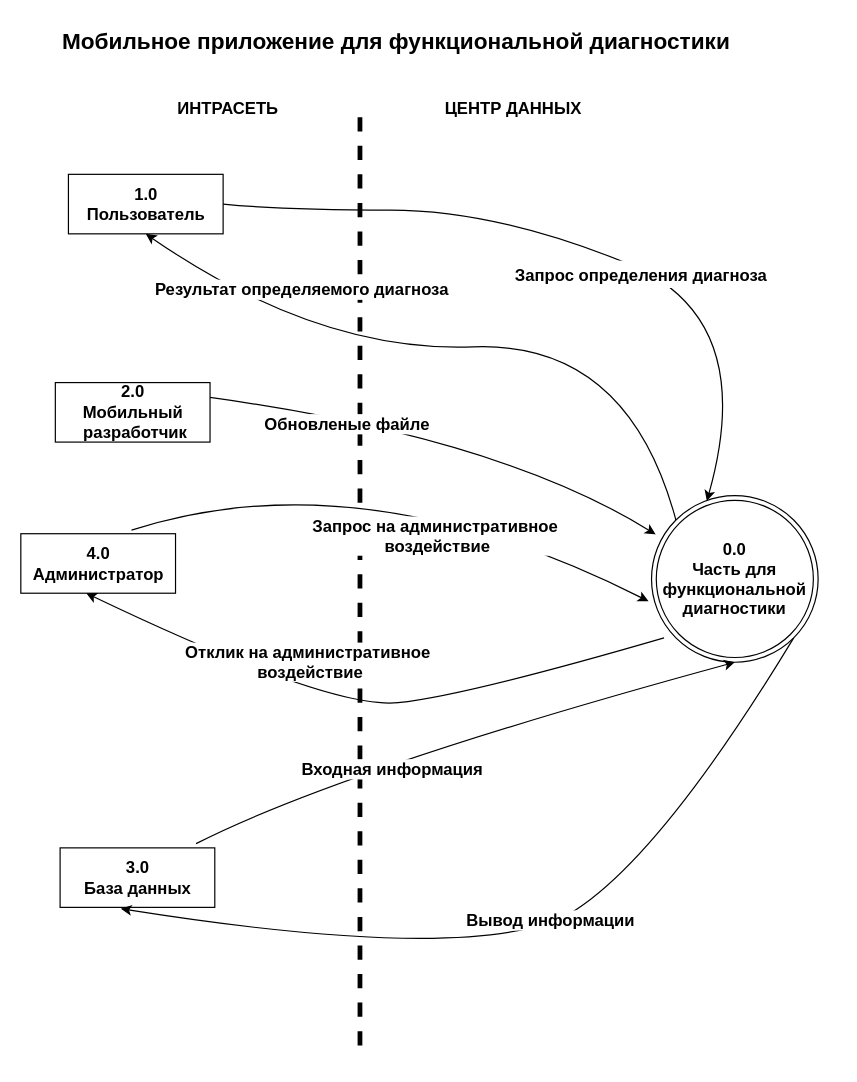
The draw.io diagram DFD.drawio in oussamanech/Git01, before the edit. Source tidied: cells renumbered, new cells numbered last; positions are measured from the earlier drawing's top-left corner, leaving out a move shared by most shapes. Both pictures are drawn from the tidied source at 119%, with x=0, y=0 at pixel (20, 20).
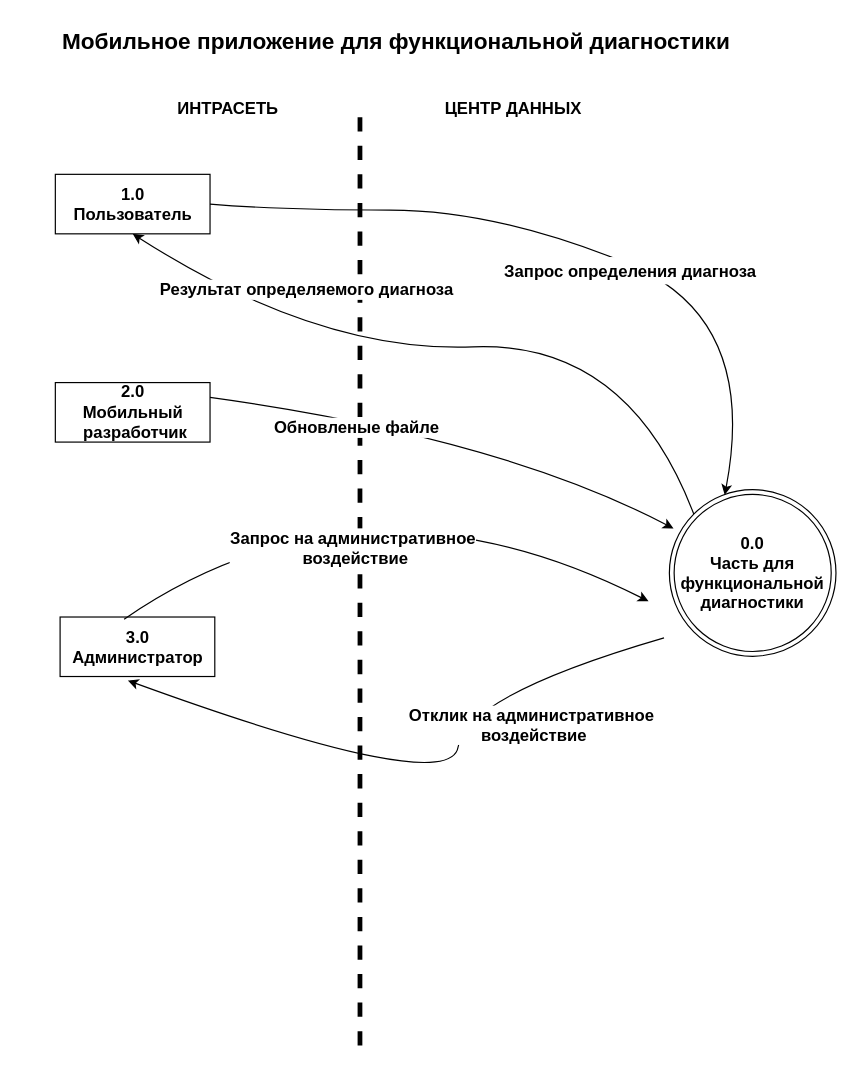
The same page after the edit.

Change to the diagram source:
```diff
@@
     <mxCell id="3" value="0.0&lt;br&gt;Часть для функциональной диагностики" style="ellipse;shape=doubleEllipse;whiteSpace=wrap;html=1;fontStyle=1;fontSize=14;" parent="1" vertex="1">
-      <mxGeometry x="530" y="399" width="140" height="140" as="geometry" />
+      <mxGeometry x="545" y="394" width="140" height="140" as="geometry" />
     </mxCell>
@@
     <mxCell id="5" value="1.0&lt;br style=&quot;font-size: 14px;&quot;&gt;Пользователь&lt;div style=&quot;display: none; font-size: 14px;&quot; id=&quot;SDCloudData&quot;&gt;&lt;/div&gt;" style="html=1;dashed=0;whitespace=wrap;fontStyle=1;fontSize=14;" parent="1" vertex="1">
-      <mxGeometry x="40" y="129" width="130" height="50" as="geometry" />
+      <mxGeometry x="29" y="129" width="130" height="50" as="geometry" />
     </mxCell>
@@
-    <mxCell id="9" value="4.0&lt;br style=&quot;font-size: 14px;&quot;&gt;Администратор&lt;br&gt;&lt;div style=&quot;display: none; font-size: 14px;&quot; id=&quot;SDCloudData&quot;&gt;&lt;/div&gt;" style="html=1;dashed=0;whitespace=wrap;fontStyle=1;fontSize=14;" parent="1" vertex="1">
-      <mxGeometry y="431" width="130" height="50" as="geometry" />
+    <mxCell id="9" value="3.0&lt;br style=&quot;font-size: 14px;&quot;&gt;Администратор&lt;br&gt;&lt;div style=&quot;display: none; font-size: 14px;&quot; id=&quot;SDCloudData&quot;&gt;&lt;/div&gt;" style="html=1;dashed=0;whitespace=wrap;fontStyle=1;fontSize=14;" parent="1" vertex="1">
+      <mxGeometry x="33" y="501" width="130" height="50" as="geometry" />
     </mxCell>
-    <mxCell id="10" value="3.0&lt;br style=&quot;font-size: 14px;&quot;&gt;База данных&lt;br&gt;&lt;div style=&quot;display: none; font-size: 14px;&quot; id=&quot;SDCloudData&quot;&gt;&lt;/div&gt;" style="html=1;dashed=0;whitespace=wrap;fontStyle=1;fontSize=14;" parent="1" vertex="1">
-      <mxGeometry x="33" y="695" width="130" height="50" as="geometry" />
-    </mxCell>
@@
-    <mxCell id="17" style="curved=1;endArrow=classic;html=1;rounded=0;fontSize=14;exitX=0.75;exitY=0;exitDx=0;exitDy=0;entryX=0.014;entryY=0.656;entryDx=0;entryDy=0;entryPerimeter=0;" parent="1" edge="1">
+    <mxCell id="17" style="curved=1;endArrow=classic;html=1;rounded=0;fontSize=14;exitX=0.414;exitY=0.037;exitDx=0;exitDy=0;entryX=0.014;entryY=0.656;entryDx=0;entryDy=0;entryPerimeter=0;exitPerimeter=0;" parent="1" edge="1" source="9">
       <mxGeometry relative="1" as="geometry">
-        <mxPoint x="93" y="428" as="sourcePoint" />
         <mxPoint x="527.5" y="487.8" as="targetPoint" />
         <Array as="points">
           <mxPoint x="286" y="366" />
         </Array>
       </mxGeometry>
     </mxCell>
     <mxCell id="18" value="Запрос на административное&lt;br&gt;&amp;nbsp;воздействие" style="edgeLabel;html=1;align=center;verticalAlign=middle;fontSize=14;fontStyle=1;" parent="17" vertex="1">
       <mxGeometry x="-0.31" y="-5" relative="1" as="geometry">
-        <mxPoint x="98" y="50" as="offset" />
+        <mxPoint x="43" y="36" as="offset" />
       </mxGeometry>
     </mxCell>
-    <mxCell id="19" style="curved=1;endArrow=classic;html=1;rounded=0;fontSize=14;exitX=0;exitY=1;exitDx=0;exitDy=0;entryX=0.5;entryY=1;entryDx=0;entryDy=0;" parent="1" edge="1">
+    <mxCell id="19" style="curved=1;endArrow=classic;html=1;rounded=0;fontSize=14;exitX=0;exitY=1;exitDx=0;exitDy=0;entryX=0.438;entryY=1.068;entryDx=0;entryDy=0;entryPerimeter=0;" parent="1" edge="1" target="9">
       <mxGeometry relative="1" as="geometry">
         <mxPoint x="540.5" y="518.5" as="sourcePoint" />
-        <mxPoint x="55" y="481" as="targetPoint" />
         <Array as="points">
           <mxPoint x="374" y="567" />
-          <mxPoint x="260" y="579" />
+          <mxPoint x="361" y="653" />
         </Array>
       </mxGeometry>
     </mxCell>
     <mxCell id="20" value="Отклик на административное&lt;br&gt;&amp;nbsp;воздействие" style="edgeLabel;html=1;align=center;verticalAlign=middle;fontSize=14;fontStyle=1;" parent="19" vertex="1">
       <mxGeometry x="0.27" y="-8" relative="1" as="geometry">
-        <mxPoint x="12" y="-16" as="offset" />
+        <mxPoint x="148" y="-24" as="offset" />
       </mxGeometry>
     </mxCell>
-    <mxCell id="21" style="curved=1;endArrow=classic;html=1;rounded=0;fontSize=14;exitX=0.879;exitY=-0.071;exitDx=0;exitDy=0;exitPerimeter=0;entryX=0.5;entryY=1;entryDx=0;entryDy=0;" parent="1" edge="1" source="10" target="3">
-      <mxGeometry relative="1" as="geometry">
-        <Array as="points">
-          <mxPoint x="270" y="629" />
-        </Array>
-      </mxGeometry>
-    </mxCell>
-    <mxCell id="22" value="Входная информация" style="edgeLabel;html=1;align=center;verticalAlign=middle;fontSize=14;fontStyle=1;" parent="21" vertex="1">
-      <mxGeometry x="-0.26" y="-10" relative="1" as="geometry" />
-    </mxCell>
-    <mxCell id="23" style="curved=1;endArrow=classic;html=1;rounded=0;fontSize=14;exitX=1;exitY=1;exitDx=0;exitDy=0;entryX=0.393;entryY=1.022;entryDx=0;entryDy=0;entryPerimeter=0;" parent="1" edge="1" source="3" target="10">
-      <mxGeometry relative="1" as="geometry">
-        <Array as="points">
-          <mxPoint x="540" y="699" />
-          <mxPoint x="393" y="795" />
-        </Array>
-      </mxGeometry>
-    </mxCell>
-    <mxCell id="24" value="Вывод информации" style="edgeLabel;html=1;align=center;verticalAlign=middle;fontSize=14;fontStyle=1;" parent="23" vertex="1">
-      <mxGeometry x="-0.08" y="-5" relative="1" as="geometry" />
-    </mxCell>
```
